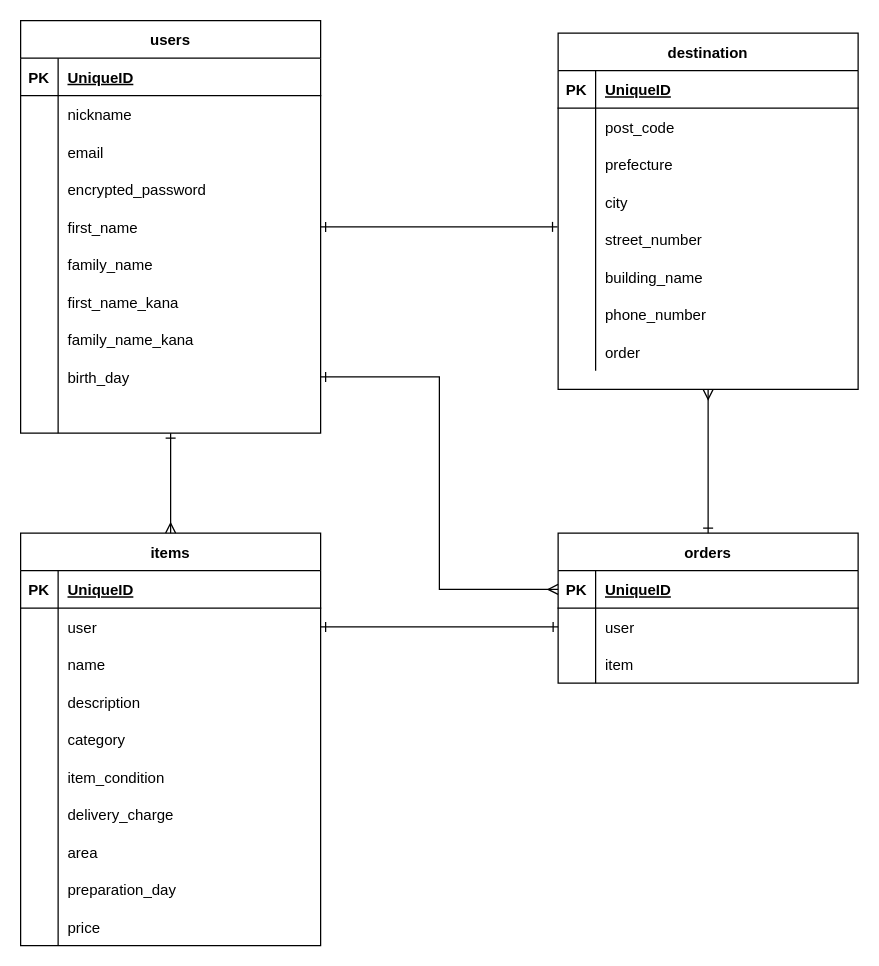
The draw.io diagram er.dio in zaziden/furima-36217, before the edit. Source tidied: cells renumbered, new cells numbered last; positions are measured from the earlier drawing's top-left corner, leaving out a move shared by most shapes. Both pictures are drawn from the tidied source at 125%, with x=0, y=0 at pixel (20, 20).
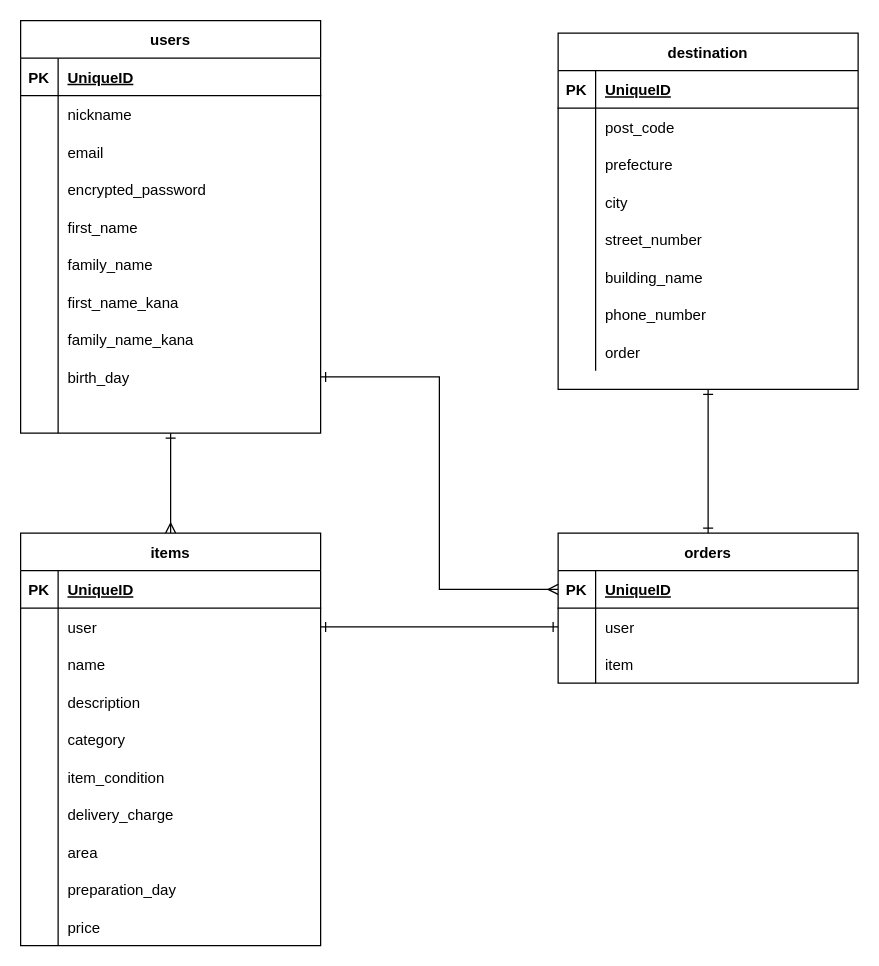
Above is the later version.

Commit message (it also covers changes not shown here):
指摘箇所の修正４

The change refers to these unchanged cells:
```xml
<mxCell id="17" style="shape=partialRectangle;fillColor=none;top=0;left=0;bottom=0;right=0;points=[[0,0.5],[1,0.5]];portConstraint=eastwest;" parent="4" vertex="1">
  <mxGeometry y="150" width="240" height="30" as="geometry" />
</mxCell>
<mxCell id="35" value="orders" style="shape=table;startSize=30;childLayout=tableLayout;rowLines=0;fontStyle=1;align=center;fillColor=none;gradientColor=none;" parent="1" vertex="1">
  <mxGeometry x="430" y="410" width="240" height="120" as="geometry" />
</mxCell>
<mxCell id="46" value="destination" style="shape=table;startSize=30;childLayout=tableLayout;rowLines=0;fontStyle=1;align=center;fillColor=none;gradientColor=none;" parent="1" vertex="1">
  <mxGeometry x="430" y="10" width="240" height="285" as="geometry" />
</mxCell>
<mxCell id="59" style="shape=partialRectangle;fillColor=none;top=0;left=0;bottom=0;right=0;points=[[0,0.5],[1,0.5]];portConstraint=eastwest;" parent="46" vertex="1">
  <mxGeometry y="150" width="240" height="30" as="geometry" />
</mxCell>
```

Change to the diagram source:
```diff
@@
-    <mxCell id="45" style="edgeStyle=orthogonalEdgeStyle;rounded=0;jettySize=auto;html=1;exitX=0.5;exitY=1;exitDx=0;exitDy=0;entryX=0.5;entryY=0;entryDx=0;entryDy=0;startArrow=ERmany;startFill=0;endArrow=ERone;endFill=0;" parent="1" edge="1" source="46" target="35">
+    <mxCell id="45" style="edgeStyle=orthogonalEdgeStyle;rounded=0;jettySize=auto;html=1;exitX=0.5;exitY=1;exitDx=0;exitDy=0;entryX=0.5;entryY=0;entryDx=0;entryDy=0;startArrow=ERone;startFill=0;endArrow=ERone;endFill=0;" parent="1" edge="1" source="46" target="35">
       <mxGeometry relative="1" as="geometry" />
     </mxCell>
@@
-    <mxCell id="102" style="edgeStyle=orthogonalEdgeStyle;rounded=0;jettySize=auto;html=1;exitX=1;exitY=0.5;exitDx=0;exitDy=0;entryX=-0.002;entryY=0.167;entryDx=0;entryDy=0;entryPerimeter=0;startArrow=ERone;startFill=0;endArrow=ERone;endFill=0;" parent="1" edge="1" source="17" target="59">
-      <mxGeometry relative="1" as="geometry" />
-    </mxCell>
```
